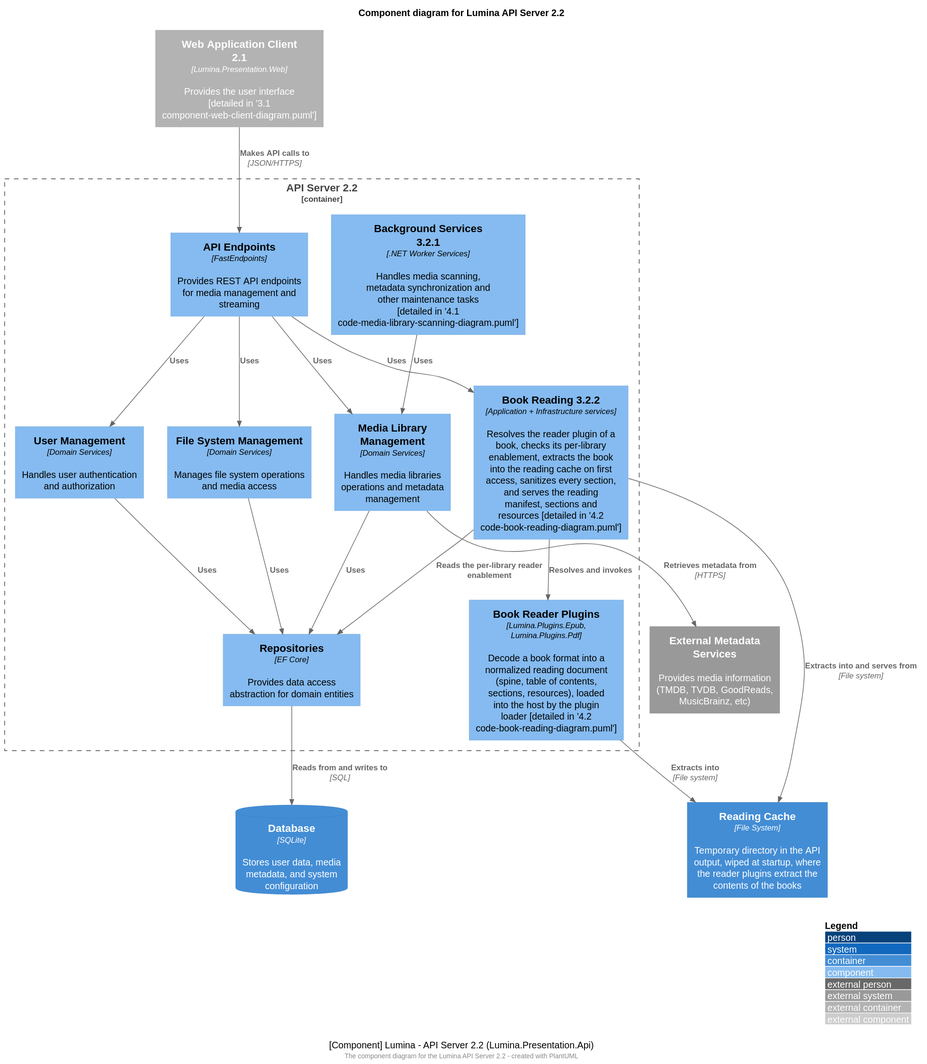
Above: docs/technical/architecture/3.2 component-api-server-diagram.svg in BinaryAlley/Lumina (PlantUML), before the change. Source of this version:
```plantuml
@startuml
!include <C4/C4_Component>

LAYOUT_WITH_LEGEND()
title Component diagram for Lumina API Server 2.2

Container_Ext(webapp, "Web Application Client 2.1", "Lumina.Presentation.Web", "Provides the user interface [detailed in '3.1 component-web-client-diagram.puml']")

Container_Boundary(api, "API Server 2.2") {
    Component(endpoints, "API Endpoints", "FastEndpoints", "Provides REST API endpoints for media management and streaming")

    Component(mediaManagement, "Media Library Management", "Domain Services", "Handles media libraries operations and metadata management")

    Component(userManagement, "User Management", "Domain Services", "Handles user authentication and authorization")

    Component(fileSystem, "File System Management", "Domain Services", "Manages file system operations and media access")

    Component(backgroundServices, "Background Services 3.2.1", ".NET Worker Services", "Handles media scanning, metadata synchronization and other maintenance tasks [detailed in '4.1 code-media-library-scanning-diagram.puml']")

    Component(bookReading, "Book Reading 3.2.2", "Application + Infrastructure services", "Resolves the reader plugin of a book, checks its per-library enablement, extracts the book into the reading cache on first access, sanitizes every section, and serves the reading manifest, sections and resources [detailed in '4.2 code-book-reading-diagram.puml']")

    Component(readerPlugins, "Book Reader Plugins", "Lumina.Plugins.Epub, Lumina.Plugins.Pdf", "Decode a book format into a normalized reading document (spine, table of contents, sections, resources), loaded into the host by the plugin loader [detailed in '4.2 code-book-reading-diagram.puml']")

    Component(repositories, "Repositories", "EF Core", "Provides data access abstraction for domain entities")
}

ContainerDb(db, "Database", "SQLite", "Stores user data, media metadata, and system configuration")

Container(readCache, "Reading Cache", "File System", "Temporary directory in the API output, wiped at startup, where the reader plugins extract the contents of the books")

System_Ext(metadataServices, "External Metadata Services", "Provides media information (TMDB, TVDB, GoodReads, MusicBrainz, etc)")

Rel(webapp, endpoints, "Makes API calls to", "JSON/HTTPS")
Rel(endpoints, mediaManagement, "Uses")
Rel(endpoints, userManagement, "Uses")
Rel(endpoints, fileSystem, "Uses")
Rel(endpoints, bookReading, "Uses")
Rel(mediaManagement, repositories, "Uses")
Rel(userManagement, repositories, "Uses")
Rel(fileSystem, repositories, "Uses")
Rel(backgroundServices, mediaManagement, "Uses")
Rel(repositories, db, "Reads from and writes to", "SQL")
Rel(mediaManagement, metadataServices, "Retrieves metadata from", "HTTPS")
Rel(bookReading, readerPlugins, "Resolves and invokes")
Rel(bookReading, repositories, "Reads the per-library reader enablement")
Rel(bookReading, readCache, "Extracts into and serves from", "File system")
Rel(readerPlugins, readCache, "Extracts into", "File system")

caption [Component] Lumina - API Server 2.2 (Lumina.Presentation.Api)

footer The component diagram for the Lumina API Server 2.2 - created with PlantUML
@enduml
```
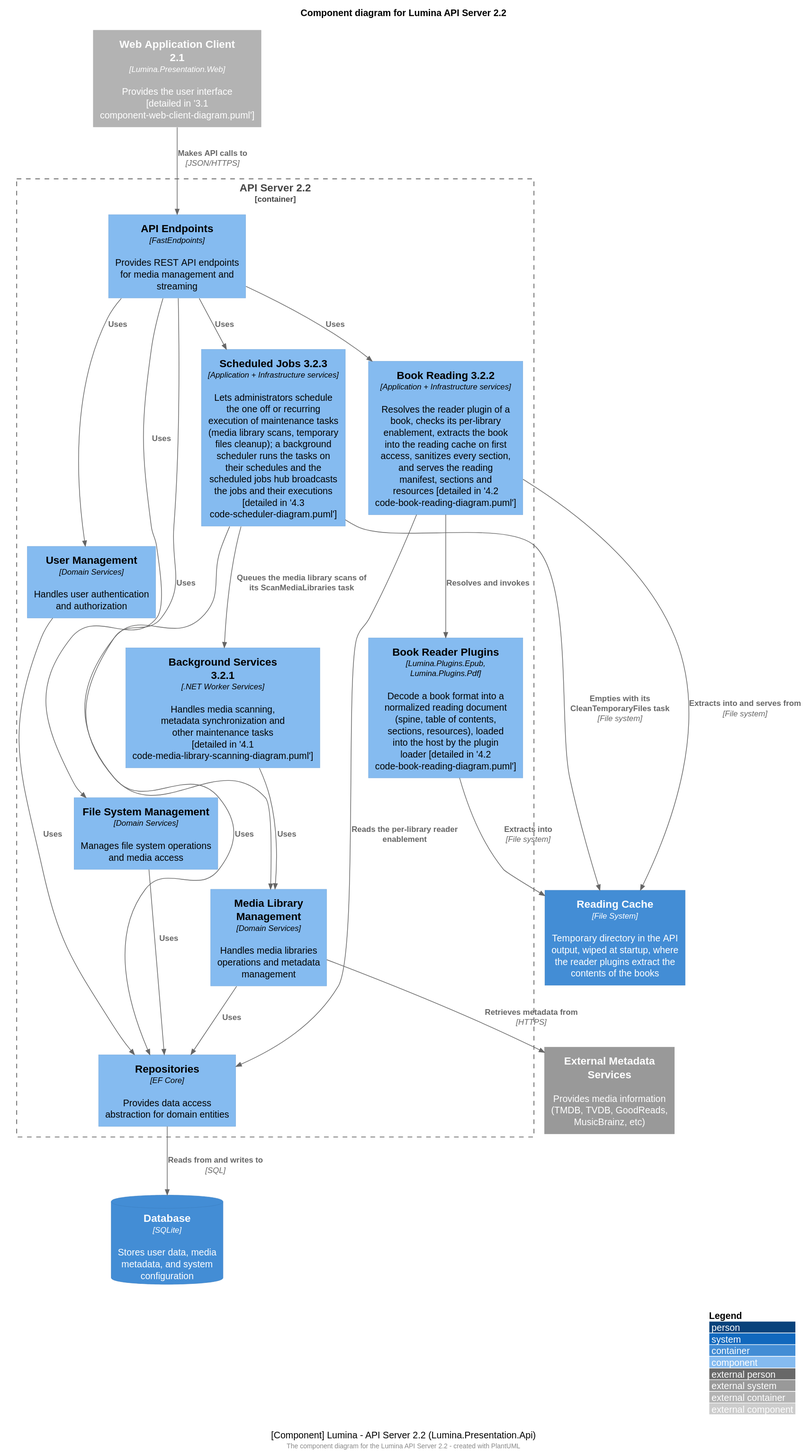
Above is the later version.

What changed in the source:
```diff
@@ -21,6 +21,8 @@
 
     Component(readerPlugins, "Book Reader Plugins", "Lumina.Plugins.Epub, Lumina.Plugins.Pdf", "Decode a book format into a normalized reading document (spine, table of contents, sections, resources), loaded into the host by the plugin loader [detailed in '4.2 code-book-reading-diagram.puml']")
 
+    Component(scheduledJobs, "Scheduled Jobs 3.2.3", "Application + Infrastructure services", "Lets administrators schedule the one off or recurring execution of maintenance tasks (media library scans, temporary files cleanup); a background scheduler runs the tasks on their schedules and the scheduled jobs hub broadcasts the jobs and their executions [detailed in '4.3 code-scheduler-diagram.puml']")
+
     Component(repositories, "Repositories", "EF Core", "Provides data access abstraction for domain entities")
 }
 
@@ -35,16 +37,20 @@
 Rel(endpoints, userManagement, "Uses")
 Rel(endpoints, fileSystem, "Uses")
 Rel(endpoints, bookReading, "Uses")
+Rel(endpoints, scheduledJobs, "Uses")
 Rel(mediaManagement, repositories, "Uses")
 Rel(userManagement, repositories, "Uses")
 Rel(fileSystem, repositories, "Uses")
 Rel(backgroundServices, mediaManagement, "Uses")
+Rel(scheduledJobs, repositories, "Uses")
 Rel(repositories, db, "Reads from and writes to", "SQL")
 Rel(mediaManagement, metadataServices, "Retrieves metadata from", "HTTPS")
 Rel(bookReading, readerPlugins, "Resolves and invokes")
 Rel(bookReading, repositories, "Reads the per-library reader enablement")
 Rel(bookReading, readCache, "Extracts into and serves from", "File system")
 Rel(readerPlugins, readCache, "Extracts into", "File system")
+Rel(scheduledJobs, backgroundServices, "Queues the media library scans of its ScanMediaLibraries task")
+Rel(scheduledJobs, readCache, "Empties with its CleanTemporaryFiles task", "File system")
 
 caption [Component] Lumina - API Server 2.2 (Lumina.Presentation.Api)
 
```
